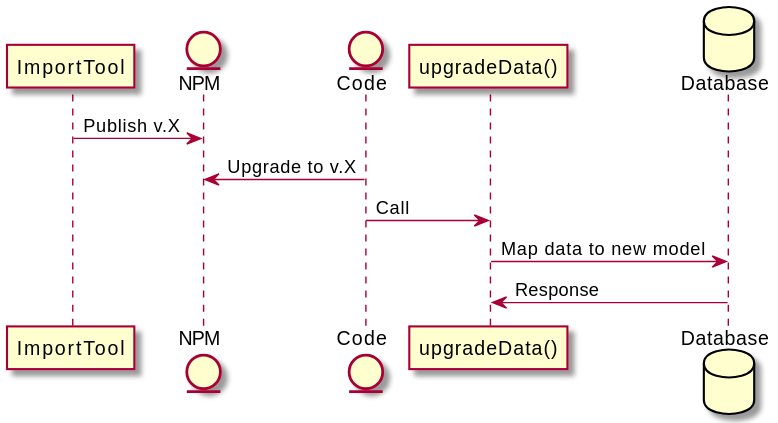
The PlantUML diagram docs/diagrams/import-tool-upgrade-sequence.svg in uib-ub/exhibition-decriminalizing-history-sanity-nextjs, before a commit. Source of this version:
```plantuml
@startuml
participant      ImportTool as plugin
entity       NPM       as npm
entity    Code    as code
participant     "upgradeData()"     as upgrade
database    Database    as db
plugin -> npm : Publish v.X
code -> npm : Upgrade to v.X
code -> upgrade : Call
upgrade -> db : Map data to new model
upgrade <- db : Response
@enduml
```
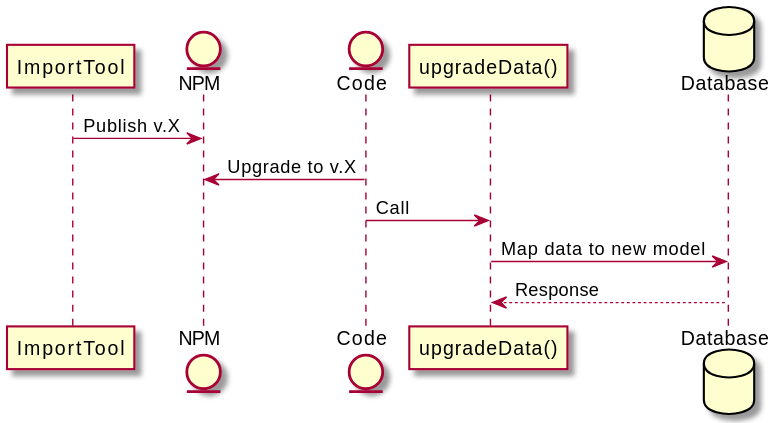
After the commit.

Change to the diagram source:
```diff
@@ -8,5 +8,5 @@
 code -> npm : Upgrade to v.X
 code -> upgrade : Call
 upgrade -> db : Map data to new model
-upgrade <- db : Response
+upgrade <-- db : Response
 @enduml
```
